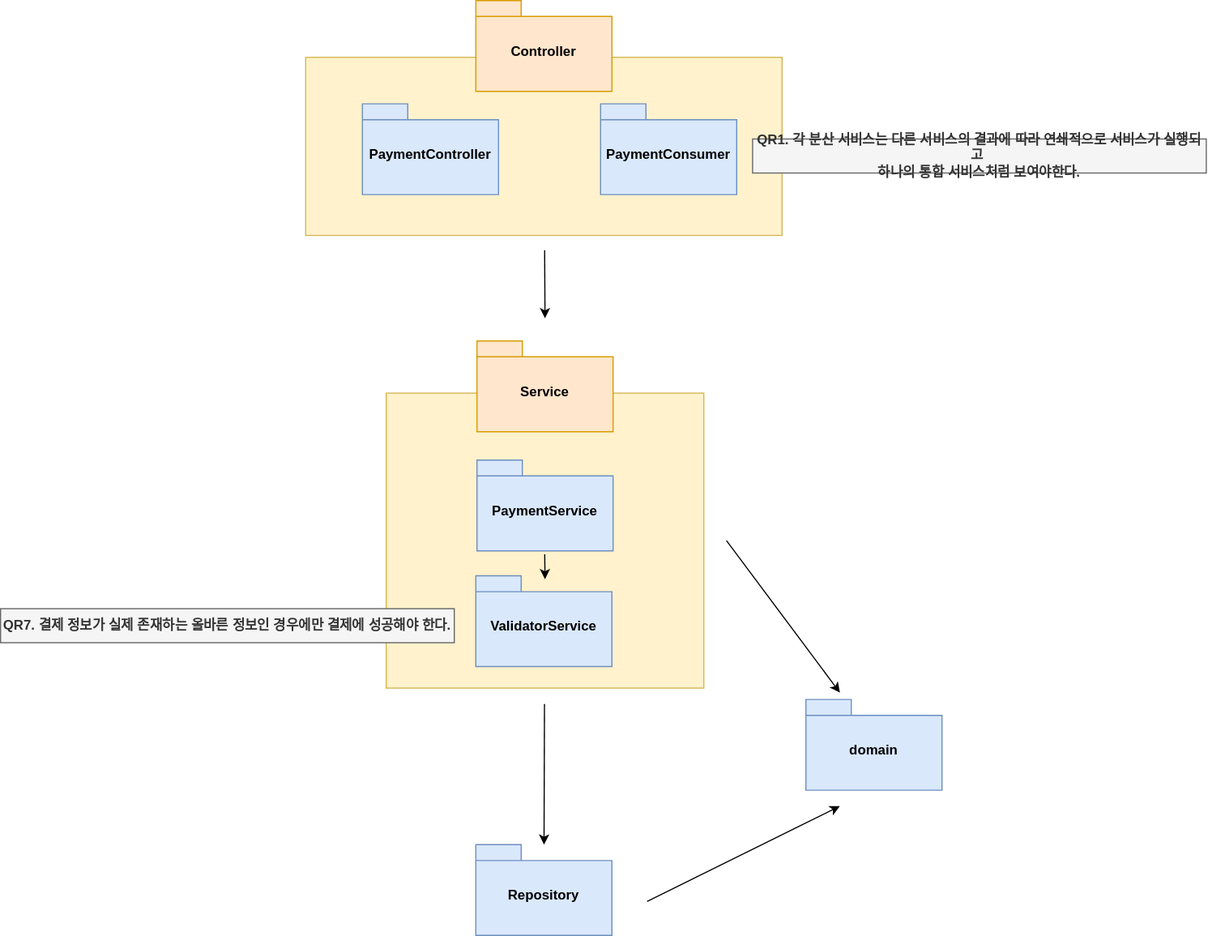
The draw.io diagram documents/MidTerm/contents/img/payment_architecture.svg in dldyou/UnifiedWoowaService, before a commit. Source tidied: cells renumbered, new cells last; positions are measured from the earlier drawing's top-left corner, leaving out a move shared by most shapes. Its diagram source:
```xml
<mxGraphModel>
  <root>
    <mxCell id="0" />
    <mxCell id="1" parent="0" />
    <mxCell id="2" style="rounded=0;whiteSpace=wrap;html=1;fillColor=#fff2cc;strokeColor=#d6b656;" parent="1" vertex="1">
      <mxGeometry x="340" y="346" width="280" height="260" as="geometry" />
    </mxCell>
    <mxCell id="3" value="Service" style="shape=folder;fontStyle=1;spacingTop=10;tabWidth=40;tabHeight=14;tabPosition=left;html=1;whiteSpace=wrap;fillColor=#ffe6cc;strokeColor=#d79b00;" parent="1" vertex="1">
      <mxGeometry x="420" y="300" width="120" height="80" as="geometry" />
    </mxCell>
    <mxCell id="4" value="PaymentService" style="shape=folder;fontStyle=1;spacingTop=10;tabWidth=40;tabHeight=14;tabPosition=left;html=1;whiteSpace=wrap;fillColor=#dae8fc;strokeColor=#6c8ebf;" parent="1" vertex="1">
      <mxGeometry x="420" y="405" width="120" height="80" as="geometry" />
    </mxCell>
    <mxCell id="5" value="QR7. 결제 정보가 실제 존재하는 올바른 정보인 경우에만 결제에 성공해야 한다." style="text;html=1;align=center;verticalAlign=middle;whiteSpace=wrap;rounded=0;fontStyle=1;fillColor=#f5f5f5;fontColor=#333333;strokeColor=#666666;" parent="1" vertex="1">
      <mxGeometry y="536" width="400" height="30" as="geometry" />
    </mxCell>
    <mxCell id="6" value="Repository" style="shape=folder;fontStyle=1;spacingTop=10;tabWidth=40;tabHeight=14;tabPosition=left;html=1;whiteSpace=wrap;fillColor=#dae8fc;strokeColor=#6c8ebf;" parent="1" vertex="1">
      <mxGeometry x="419" y="744" width="120" height="80" as="geometry" />
    </mxCell>
    <mxCell id="7" value="ValidatorService" style="shape=folder;fontStyle=1;spacingTop=10;tabWidth=40;tabHeight=14;tabPosition=left;html=1;whiteSpace=wrap;fillColor=#dae8fc;strokeColor=#6c8ebf;" parent="1" vertex="1">
      <mxGeometry x="419" y="507" width="120" height="80" as="geometry" />
    </mxCell>
    <mxCell id="8" value="domain" style="shape=folder;fontStyle=1;spacingTop=10;tabWidth=40;tabHeight=14;tabPosition=left;html=1;whiteSpace=wrap;fillColor=#dae8fc;strokeColor=#6c8ebf;" parent="1" vertex="1">
      <mxGeometry x="710" y="616" width="120" height="80" as="geometry" />
    </mxCell>
    <mxCell id="9" style="rounded=0;whiteSpace=wrap;html=1;fillColor=#fff2cc;strokeColor=#d6b656;" parent="1" vertex="1">
      <mxGeometry x="269" y="50" width="420" height="157" as="geometry" />
    </mxCell>
    <mxCell id="10" value="PaymentController" style="shape=folder;fontStyle=1;spacingTop=10;tabWidth=40;tabHeight=14;tabPosition=left;html=1;whiteSpace=wrap;fillColor=#dae8fc;strokeColor=#6c8ebf;" parent="1" vertex="1">
      <mxGeometry x="319" y="91" width="120" height="80" as="geometry" />
    </mxCell>
    <mxCell id="11" value="PaymentConsumer" style="shape=folder;fontStyle=1;spacingTop=10;tabWidth=40;tabHeight=14;tabPosition=left;html=1;whiteSpace=wrap;fillColor=#dae8fc;strokeColor=#6c8ebf;" parent="1" vertex="1">
      <mxGeometry x="529" y="91" width="120" height="80" as="geometry" />
    </mxCell>
    <mxCell id="12" value="Controller" style="shape=folder;fontStyle=1;spacingTop=10;tabWidth=40;tabHeight=14;tabPosition=left;html=1;whiteSpace=wrap;fillColor=#ffe6cc;strokeColor=#d79b00;" parent="1" vertex="1">
      <mxGeometry x="419" width="120" height="80" as="geometry" />
    </mxCell>
    <mxCell id="13" style="endArrow=classic;html=1;rounded=0;" parent="1" edge="1">
      <mxGeometry relative="1" as="geometry">
        <mxPoint x="479.7" y="220" as="sourcePoint" />
        <mxPoint x="480" y="280" as="targetPoint" />
      </mxGeometry>
    </mxCell>
    <mxCell id="14" style="endArrow=classic;html=1;rounded=0;" parent="1" edge="1" target="6">
      <mxGeometry relative="1" as="geometry">
        <mxPoint x="479.5" y="620" as="sourcePoint" />
      </mxGeometry>
    </mxCell>
    <mxCell id="15" style="endArrow=classic;html=1;rounded=0;" parent="1" edge="1">
      <mxGeometry relative="1" as="geometry">
        <mxPoint x="479.8" y="488" as="sourcePoint" />
        <mxPoint x="480" y="510" as="targetPoint" />
      </mxGeometry>
    </mxCell>
    <mxCell id="16" style="endArrow=classic;html=1;rounded=0;" parent="1" edge="1">
      <mxGeometry relative="1" as="geometry">
        <mxPoint x="640" y="476" as="sourcePoint" />
        <mxPoint x="740" y="610" as="targetPoint" />
      </mxGeometry>
    </mxCell>
    <mxCell id="17" style="endArrow=classic;html=1;rounded=0;" parent="1" edge="1">
      <mxGeometry relative="1" as="geometry">
        <mxPoint x="570" y="794" as="sourcePoint" />
        <mxPoint x="740" y="710" as="targetPoint" />
      </mxGeometry>
    </mxCell>
    <mxCell id="18" value="QR1. 각 분산 서비스는 다른 서비스의 결과에 따라 연쇄적으로 서비스가 실행되고&amp;nbsp;&lt;div&gt;하나의 통합 서비스처럼 보여야한다.&lt;/div&gt;" style="text;html=1;align=center;verticalAlign=middle;whiteSpace=wrap;rounded=0;fontStyle=1;fillColor=#f5f5f5;fontColor=#333333;strokeColor=#666666;" parent="1" vertex="1">
      <mxGeometry x="663" y="122" width="400" height="30" as="geometry" />
    </mxCell>
  </root>
</mxGraphModel>
```
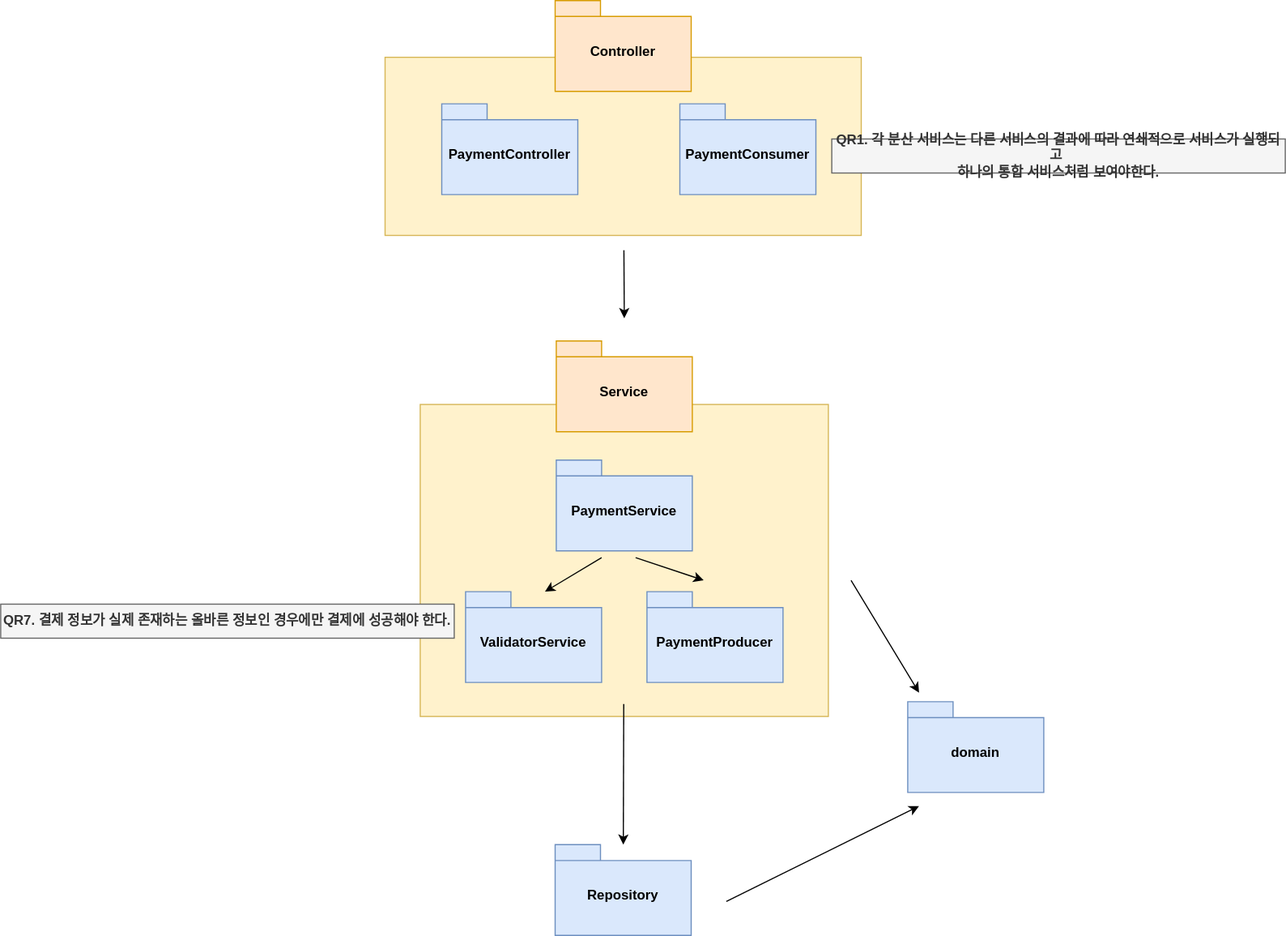
After the commit.

Diff of the diagram source:
```diff
@@ -2,9 +2,9 @@
   <root>
     <mxCell id="0" />
     <mxCell id="1" parent="0" />
-    <mxCell id="2" style="rounded=0;whiteSpace=wrap;html=1;fillColor=#fff2cc;strokeColor=#d6b656;" parent="1" vertex="1">
-      <mxGeometry x="340" y="346" width="280" height="260" as="geometry" />
-    </mxCell>
+    <mxCell id="19" style="rounded=0;whiteSpace=wrap;html=1;fillColor=#fff2cc;strokeColor=#d6b656;" parent="1" vertex="1">
+      <mxGeometry x="300" y="356" width="360" height="275" as="geometry" />
+    </mxCell>
     <mxCell id="3" value="Service" style="shape=folder;fontStyle=1;spacingTop=10;tabWidth=40;tabHeight=14;tabPosition=left;html=1;whiteSpace=wrap;fillColor=#ffe6cc;strokeColor=#d79b00;" parent="1" vertex="1">
       <mxGeometry x="420" y="300" width="120" height="80" as="geometry" />
     </mxCell>
@@ -12,16 +12,16 @@
       <mxGeometry x="420" y="405" width="120" height="80" as="geometry" />
     </mxCell>
     <mxCell id="5" value="QR7. 결제 정보가 실제 존재하는 올바른 정보인 경우에만 결제에 성공해야 한다." style="text;html=1;align=center;verticalAlign=middle;whiteSpace=wrap;rounded=0;fontStyle=1;fillColor=#f5f5f5;fontColor=#333333;strokeColor=#666666;" parent="1" vertex="1">
-      <mxGeometry y="536" width="400" height="30" as="geometry" />
+      <mxGeometry x="-70" y="532" width="400" height="30" as="geometry" />
     </mxCell>
     <mxCell id="6" value="Repository" style="shape=folder;fontStyle=1;spacingTop=10;tabWidth=40;tabHeight=14;tabPosition=left;html=1;whiteSpace=wrap;fillColor=#dae8fc;strokeColor=#6c8ebf;" parent="1" vertex="1">
       <mxGeometry x="419" y="744" width="120" height="80" as="geometry" />
     </mxCell>
     <mxCell id="7" value="ValidatorService" style="shape=folder;fontStyle=1;spacingTop=10;tabWidth=40;tabHeight=14;tabPosition=left;html=1;whiteSpace=wrap;fillColor=#dae8fc;strokeColor=#6c8ebf;" parent="1" vertex="1">
-      <mxGeometry x="419" y="507" width="120" height="80" as="geometry" />
+      <mxGeometry x="340" y="521" width="120" height="80" as="geometry" />
     </mxCell>
     <mxCell id="8" value="domain" style="shape=folder;fontStyle=1;spacingTop=10;tabWidth=40;tabHeight=14;tabPosition=left;html=1;whiteSpace=wrap;fillColor=#dae8fc;strokeColor=#6c8ebf;" parent="1" vertex="1">
-      <mxGeometry x="710" y="616" width="120" height="80" as="geometry" />
+      <mxGeometry x="730" y="618" width="120" height="80" as="geometry" />
     </mxCell>
     <mxCell id="9" style="rounded=0;whiteSpace=wrap;html=1;fillColor=#fff2cc;strokeColor=#d6b656;" parent="1" vertex="1">
       <mxGeometry x="269" y="50" width="420" height="157" as="geometry" />
@@ -48,13 +48,13 @@
     </mxCell>
     <mxCell id="15" style="endArrow=classic;html=1;rounded=0;" parent="1" edge="1">
       <mxGeometry relative="1" as="geometry">
-        <mxPoint x="479.8" y="488" as="sourcePoint" />
-        <mxPoint x="480" y="510" as="targetPoint" />
+        <mxPoint x="460" y="491" as="sourcePoint" />
+        <mxPoint x="410" y="521" as="targetPoint" />
       </mxGeometry>
     </mxCell>
     <mxCell id="16" style="endArrow=classic;html=1;rounded=0;" parent="1" edge="1">
       <mxGeometry relative="1" as="geometry">
-        <mxPoint x="640" y="476" as="sourcePoint" />
+        <mxPoint x="680" y="511" as="sourcePoint" />
         <mxPoint x="740" y="610" as="targetPoint" />
       </mxGeometry>
     </mxCell>
@@ -67,5 +67,14 @@
     <mxCell id="18" value="QR1. 각 분산 서비스는 다른 서비스의 결과에 따라 연쇄적으로 서비스가 실행되고&amp;nbsp;&lt;div&gt;하나의 통합 서비스처럼 보여야한다.&lt;/div&gt;" style="text;html=1;align=center;verticalAlign=middle;whiteSpace=wrap;rounded=0;fontStyle=1;fillColor=#f5f5f5;fontColor=#333333;strokeColor=#666666;" parent="1" vertex="1">
       <mxGeometry x="663" y="122" width="400" height="30" as="geometry" />
     </mxCell>
+    <mxCell id="20" value="PaymentProducer" style="shape=folder;fontStyle=1;spacingTop=10;tabWidth=40;tabHeight=14;tabPosition=left;html=1;whiteSpace=wrap;fillColor=#dae8fc;strokeColor=#6c8ebf;" parent="1" vertex="1">
+      <mxGeometry x="500" y="521" width="120" height="80" as="geometry" />
+    </mxCell>
+    <mxCell id="21" style="endArrow=classic;html=1;rounded=0;" parent="1" edge="1">
+      <mxGeometry relative="1" as="geometry">
+        <mxPoint x="490" y="491" as="sourcePoint" />
+        <mxPoint x="550" y="511" as="targetPoint" />
+      </mxGeometry>
+    </mxCell>
   </root>
 </mxGraphModel>
```
